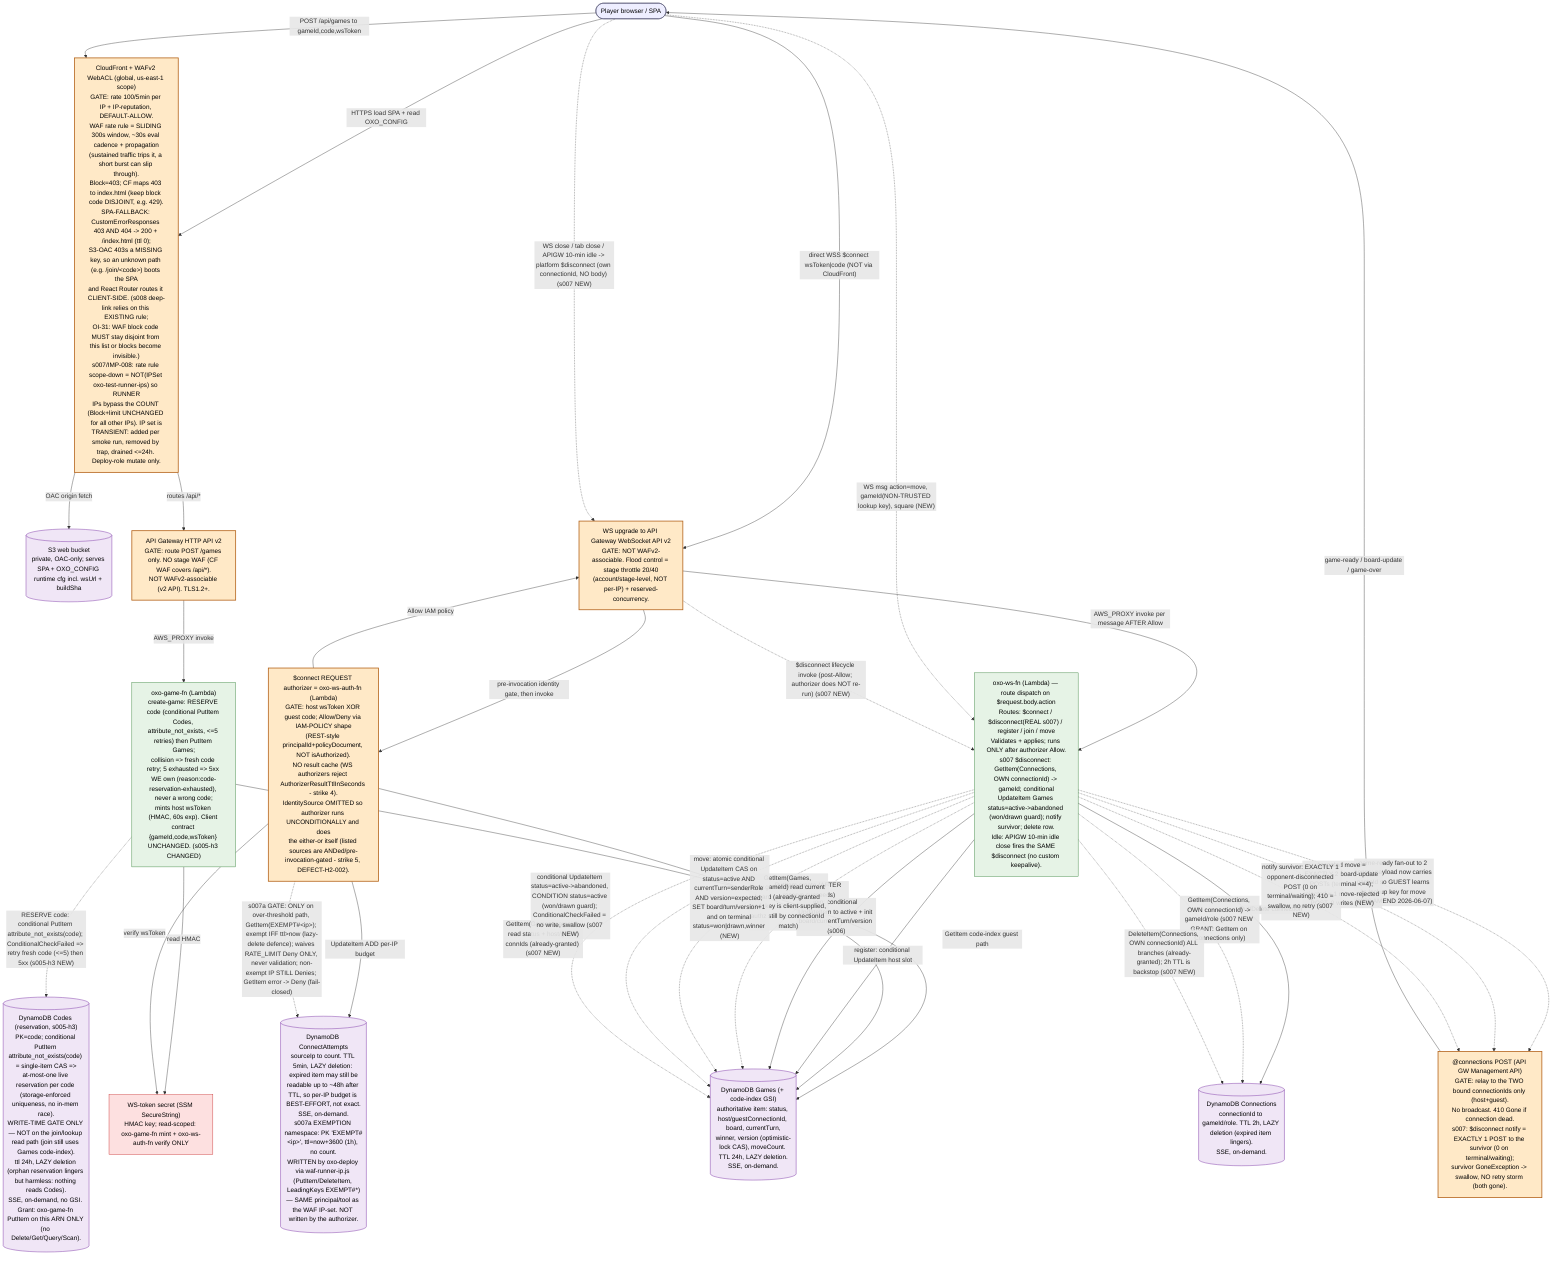
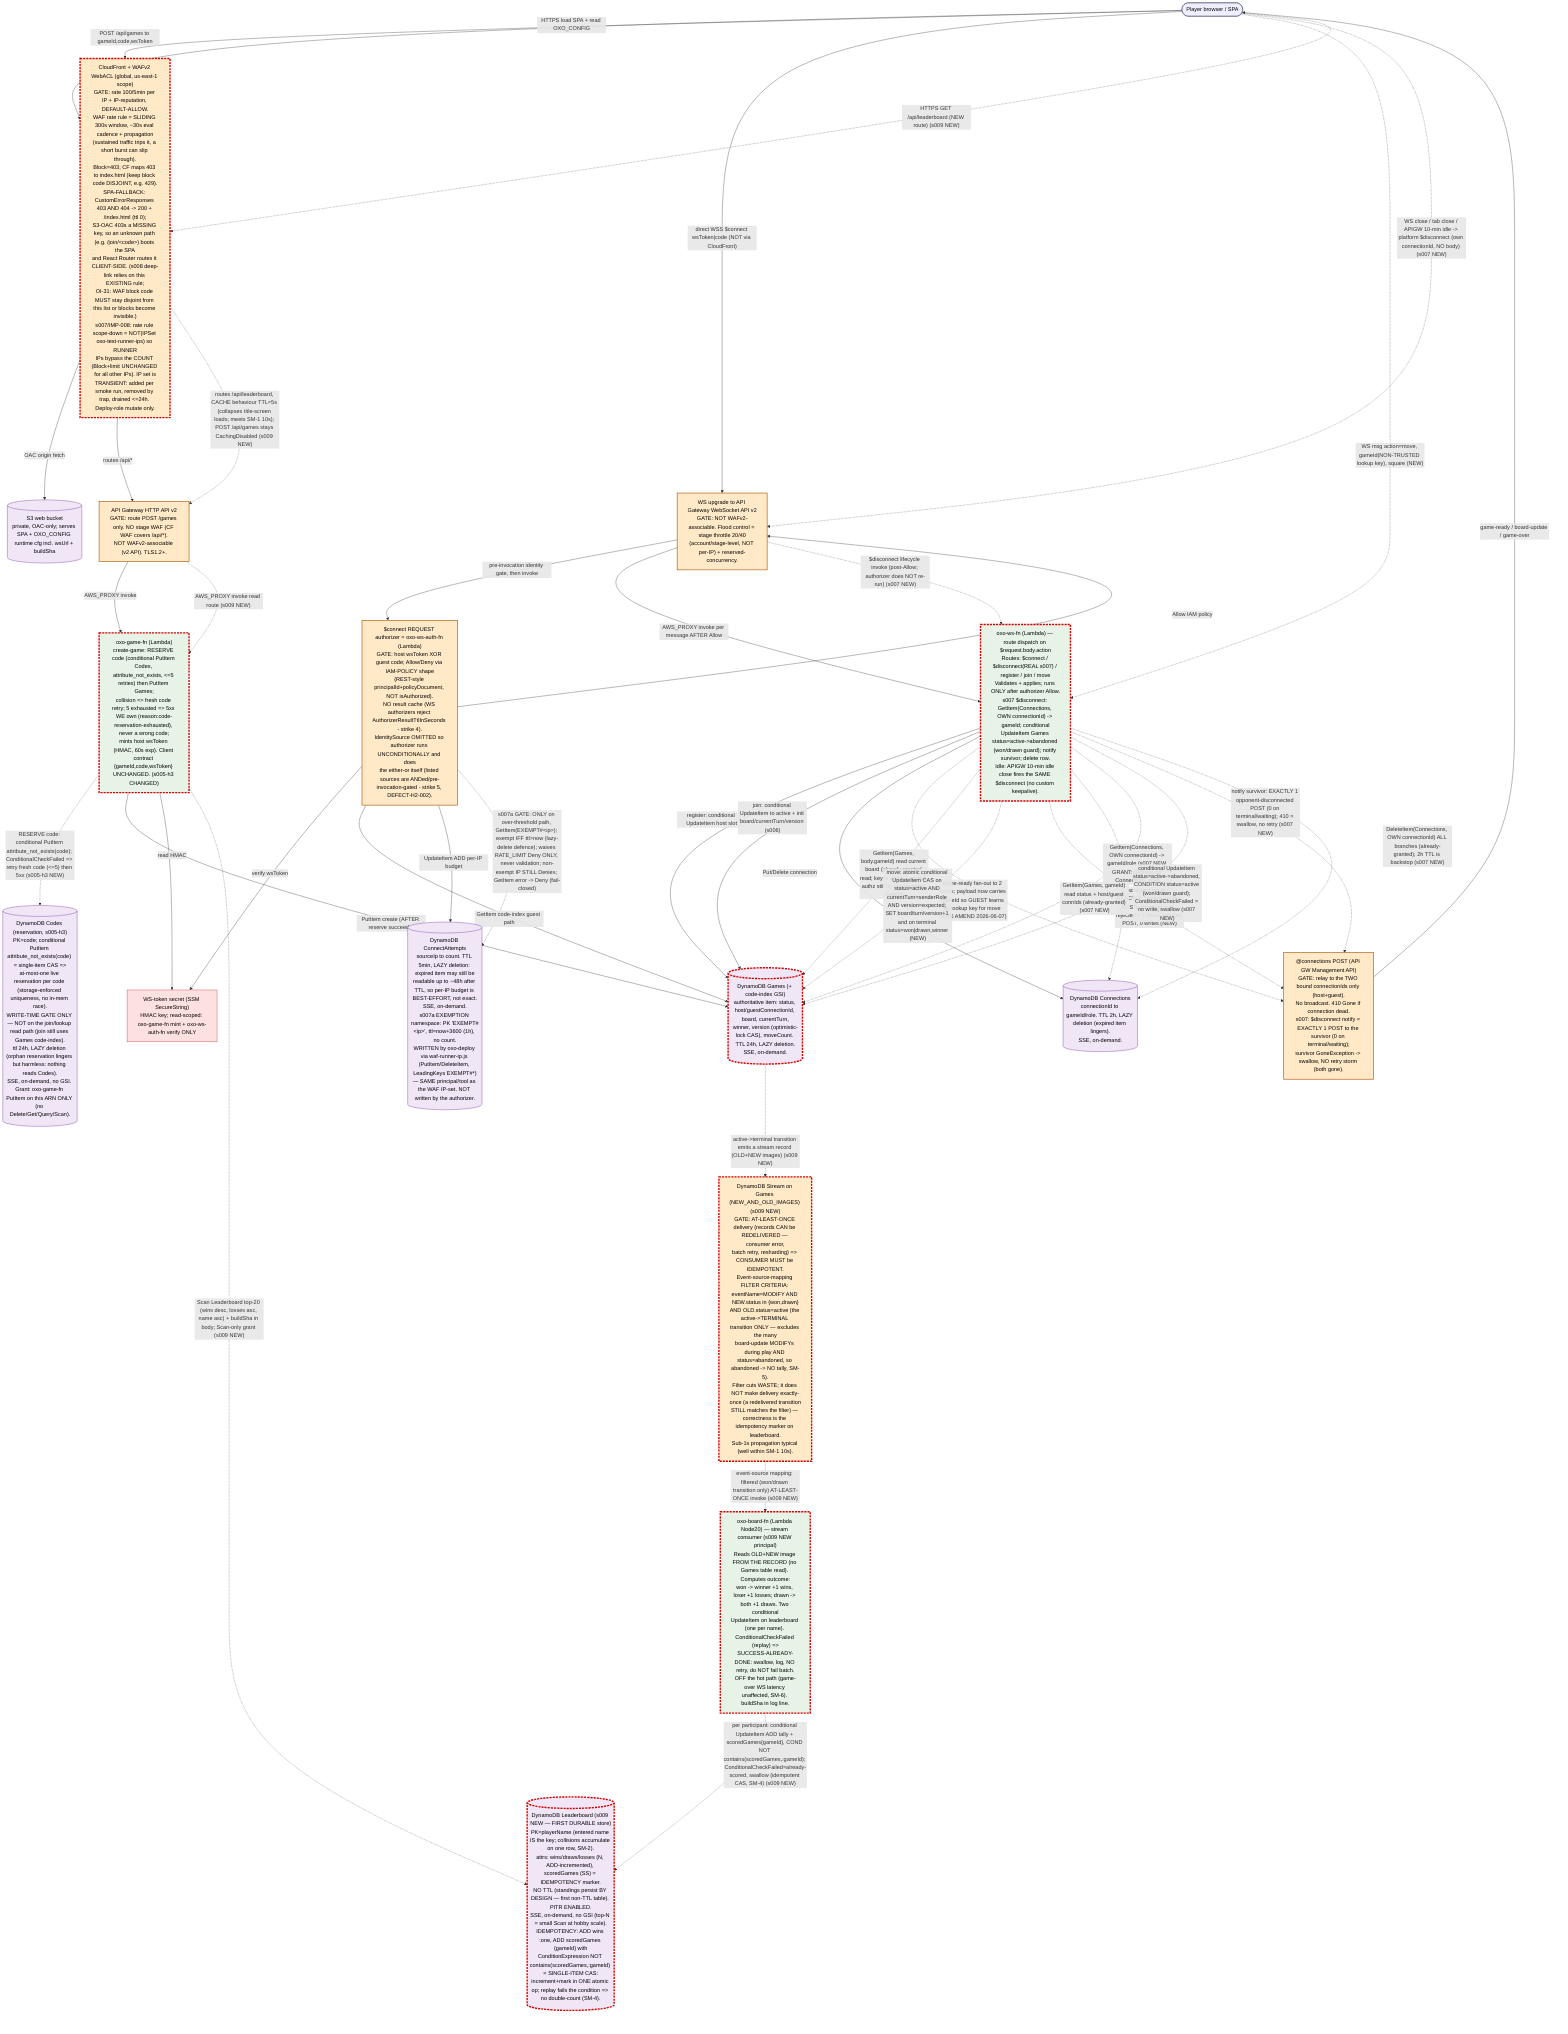
- %% oxo-online runtime data-flow — s005-h3 edition (process §12a)
+ %% oxo-online runtime data-flow — s009 (delta 010) edition (process §12a)
%% Platform GATES are explicit nodes. Non-obvious platform semantics are named ON the node.
- %% This file is the TESTER's planning input. classDef changed marks THIS slice's (s008) delta.
+ %% This file is the TESTER's planning input. classDef changed marks THIS slice's (s009) delta.
%% Granularity: module / gate level (coarse). Built scope only (deferred items are NOT drawn).
- %% s007 marks: the $disconnect path becomes REAL (abandon+notify+clean up) and the
- %% CloudFront WAF gate gains the oxo-test-runner-ips IP-set scope-down annotation (IMP-008).
- %% s005-h3 (delta 009, OI-3): code uniqueness is now STORAGE-ENFORCED. NEW node `codes`
- %% (reservation table) + NEW edge gamefn -> codes (conditional PutItem reserve). The create
- %% path reserves the code (attribute_not_exists CAS) BEFORE the Games PutItem; collision =>
- %% bounded server-side retry (<=5) then 5xx (never a wrong code). Join/lookup path UNCHANGED
- %% (still Games code-index; codes is write-time gate only). Client contract UNCHANGED.
- %% classDef changed marks THIS slice's (s005-h3) delta: codes node, gamefn->codes edge, gamefn node.
+ %% s009 (delta 010, C5): ARCADE SCOREBOARD — first DURABLE store + first DynamoDB STREAM.
+ %% NEW nodes: leaderboard (durable, NO TTL, PITR), board-fn (stream consumer). NEW gate node:
+ %% games-stream (DynamoDB Stream on Games, at-least-once delivery + active->terminal filter).
+ %% NEW edges: games -> games-stream (transition records), games-stream -> board-fn (consume),
+ %% board-fn -> leaderboard (conditional ADD + scoredGames marker = idempotent CAS),
+ %% player -> cfwaf GET /api/leaderboard (5s TTL cache behaviour), httpapi -> gamefn (Scan read),
+ %% gamefn -> leaderboard (Scan top-N). Name propagation: playerName onto Games at create/join
+ %% (rides EXISTING writes — no new edge, annotated on gamefn/wsfn->games edges).
+ %% classDef changed marks THIS slice's (s009) delta: see the s009 CHANGED block at the bottom.

flowchart TD

  %% ---- Edge / SPA path (HTTPS) ----
  player(["Player browser / SPA"]):::actor
  cfwaf["CloudFront + WAFv2 WebACL (global, us-east-1 scope)<br/>GATE: rate 100/5min per IP + IP-reputation, DEFAULT-ALLOW.<br/>WAF rate rule = SLIDING 300s window, ~30s eval cadence + propagation<br/>(sustained traffic trips it, a short burst can slip through).<br/>Block=403; CF maps 403 to index.html (keep block code DISJOINT, e.g. 429).<br/>SPA-FALLBACK: CustomErrorResponses 403 AND 404 -> 200 + /index.html (ttl 0);<br/>S3-OAC 403s a MISSING key, so an unknown path (e.g. /join/&lt;code&gt;) boots the SPA<br/>and React Router routes it CLIENT-SIDE. (s008 deep-link relies on this EXISTING rule;<br/>OI-31: WAF block code MUST stay disjoint from this list or blocks become invisible.)<br/>s007/IMP-008: rate rule scope-down = NOT(IPSet oxo-test-runner-ips) so RUNNER<br/>IPs bypass the COUNT (Block+limit UNCHANGED for all other IPs). IP set is<br/>TRANSIENT: added per smoke run, removed by trap, drained <=24h. Deploy-role mutate only."]:::gate
  s3[("S3 web bucket<br/>private, OAC-only; serves SPA + OXO_CONFIG runtime cfg incl. wsUrl + buildSha")]:::store
  httpapi["API Gateway HTTP API v2<br/>GATE: route POST /games only. NO stage WAF (CF WAF covers /api/*).<br/>NOT WAFv2-associable (v2 API). TLS1.2+."]:::gate
  gamefn["oxo-game-fn (Lambda)<br/>create-game: RESERVE code (conditional PutItem Codes, attribute_not_exists, <=5 retries) then PutItem Games;<br/>collision => fresh code retry; 5 exhausted => 5xx WE own (reason:code-reservation-exhausted), never a wrong code;<br/>mints host wsToken (HMAC, 60s exp). Client contract {gameId,code,wsToken} UNCHANGED. (s005-h3 CHANGED)"]:::compute
  codes[("DynamoDB Codes (reservation, s005-h3)<br/>PK=code; conditional PutItem attribute_not_exists(code) = single-item CAS =><br/>at-most-one live reservation per code (storage-enforced uniqueness, no in-mem race).<br/>WRITE-TIME GATE ONLY — NOT on the join/lookup read path (join still uses Games code-index).<br/>ttl 24h, LAZY deletion (orphan reservation lingers but harmless: nothing reads Codes).<br/>SSE, on-demand, no GSI. Grant: oxo-game-fn PutItem on this ARN ONLY (no Delete/Get/Query/Scan).")]:::store
  secret["WS-token secret (SSM SecureString)<br/>HMAC key; read-scoped: oxo-game-fn mint + oxo-ws-auth-fn verify ONLY"]:::secret

  %% ---- WebSocket path (WSS, NOT via CloudFront) ----
  wsupgrade["WS upgrade to API Gateway WebSocket API v2<br/>GATE: NOT WAFv2-associable. Flood control = stage throttle 20/40<br/>(account/stage-level, NOT per-IP) + reserved-concurrency."]:::gate
  wsauth["$connect REQUEST authorizer = oxo-ws-auth-fn (Lambda)<br/>GATE: host wsToken XOR guest code; Allow/Deny via IAM-POLICY shape<br/>(REST-style principalId+policyDocument, NOT isAuthorized).<br/>NO result cache (WS authorizers reject AuthorizerResultTtlInSeconds - strike 4).<br/>IdentitySource OMITTED so authorizer runs UNCONDITIONALLY and does<br/>the either-or itself (listed sources are ANDed/pre-invocation-gated - strike 5, DEFECT-H2-002)."]:::gate
  attempts[("DynamoDB ConnectAttempts<br/>sourceIp to count. TTL 5min, LAZY deletion: expired item may still be<br/>readable up to ~48h after TTL, so per-IP budget is BEST-EFFORT, not exact.<br/>SSE, on-demand.<br/>s007a EXEMPTION namespace: PK 'EXEMPT#&lt;ip&gt;', ttl=now+3600 (1h), no count.<br/>WRITTEN by oxo-deploy via waf-runner-ip.js (PutItem/DeleteItem, LeadingKeys EXEMPT#*)<br/>— SAME principal/tool as the WAF IP-set. NOT written by the authorizer.")]:::store
  wsfn["oxo-ws-fn (Lambda) — route dispatch on $request.body.action<br/>Routes: $connect / $disconnect(REAL s007) / register / join / move<br/>Validates + applies; runs ONLY after authorizer Allow.<br/>s007 $disconnect: GetItem(Connections, OWN connectionId) -> gameId; conditional<br/>UpdateItem Games status=active->abandoned (won/drawn guard); notify survivor; delete row.<br/>Idle: APIGW 10-min idle close fires the SAME $disconnect (no custom keepalive)."]:::compute
  conn[("DynamoDB Connections<br/>connectionId to gameId/role. TTL 2h, LAZY deletion (expired item lingers).<br/>SSE, on-demand.")]:::store
  games[("DynamoDB Games (+ code-index GSI)<br/>authoritative item: status, host/guestConnectionId, board, currentTurn,<br/>winner, version (optimistic-lock CAS), moveCount. TTL 24h, LAZY deletion.<br/>SSE, on-demand.")]:::store
  relay["@connections POST (API GW Management API)<br/>GATE: relay to the TWO bound connectionIds only (host+guest).<br/>No broadcast. 410 Gone if connection dead.<br/>s007: $disconnect notify = EXACTLY 1 POST to the survivor (0 on terminal/waiting);<br/>survivor GoneException -> swallow, NO retry storm (both gone)."]:::gate
+ 
+   %% ---- s009 (delta 010) NEW nodes: arcade scoreboard ----
+   games-stream["DynamoDB Stream on Games (NEW_AND_OLD_IMAGES) (s009 NEW)<br/>GATE: AT-LEAST-ONCE delivery (records CAN be REDELIVERED — consumer error,<br/>batch retry, resharding) => CONSUMER MUST be IDEMPOTENT.<br/>Event-source-mapping FILTER CRITERIA: eventName=MODIFY AND NEW.status in {won,drawn}<br/>AND OLD.status=active (the active->TERMINAL transition ONLY — excludes the many<br/>board-update MODIFYs during play AND status=abandoned, so abandoned -> NO tally, SM-5).<br/>Filter cuts WASTE; it does NOT make delivery exactly-once (a redelivered transition<br/>STILL matches the filter) — correctness is the idempotency marker on leaderboard.<br/>Sub-1s propagation typical (well within SM-1 10s)."]:::gate
+   boardfn["oxo-board-fn (Lambda Node20) — stream consumer (s009 NEW principal)<br/>Reads OLD+NEW image FROM THE RECORD (no Games table read). Computes outcome:<br/>won -> winner +1 wins, loser +1 losses; drawn -> both +1 draws. Two conditional<br/>UpdateItem on leaderboard (one per name). ConditionalCheckFailed (replay) =><br/>SUCCESS-ALREADY-DONE: swallow, log, NO retry, do NOT fail batch.<br/>OFF the hot path (game-over WS latency unaffected, SM-6). buildSha in log line."]:::compute
+   leaderboard[("DynamoDB Leaderboard (s009 NEW — FIRST DURABLE store)<br/>PK=playerName (entered name IS the key; collisions accumulate on one row, SM-2).<br/>attrs: wins/draws/losses (N, ADD-incremented), scoredGames (SS) = IDEMPOTENCY marker.<br/>NO TTL (standings persist BY DESIGN — first non-TTL table). PITR ENABLED.<br/>SSE, on-demand, no GSI (top-N = small Scan at hobby scale).<br/>IDEMPOTENCY: ADD wins :one, ADD scoredGames {gameId} with<br/>ConditionExpression NOT contains(scoredGames,:gameId) = SINGLE-ITEM CAS:<br/>increment+mark in ONE atomic op; replay fails the condition => no double-count (SM-4).")]:::store

  %% ---- Existing edges (built s001..s005-h2) ----
  player -->|"HTTPS load SPA + read OXO_CONFIG"| cfwaf
  cfwaf -->|"OAC origin fetch"| s3
  cfwaf -->|"routes /api/*"| httpapi
  player -->|"POST /api/games to gameId,code,wsToken"| cfwaf
  httpapi -->|"AWS_PROXY invoke"| gamefn
  gamefn -.->|"RESERVE code: conditional PutItem attribute_not_exists(code); ConditionalCheckFailed => retry fresh code (<=5) then 5xx (s005-h3 NEW)"| codes
  gamefn -->|"PutItem create (AFTER reserve succeeds)"| games
  gamefn -->|"read HMAC"| secret

  player -->|"direct WSS $connect wsToken|code (NOT via CloudFront)"| wsupgrade
  wsupgrade -->|"pre-invocation identity gate, then invoke"| wsauth
  wsauth -->|"verify wsToken"| secret
  wsauth -->|"GetItem code-index guest path"| games
  wsauth -->|"UpdateItem ADD per-IP budget"| attempts
  wsauth -.->|"s007a GATE: ONLY on over-threshold path, GetItem(EXEMPT#&lt;ip&gt;); exempt IFF ttl&gt;now (lazy-delete defence); waives RATE_LIMIT Deny ONLY, never validation; non-exempt IP STILL Denies; GetItem error -> Deny (fail-closed)"| attempts
  wsauth -->|"Allow IAM policy"| wsupgrade
  wsupgrade -->|"AWS_PROXY invoke per message AFTER Allow"| wsfn
  wsfn -->|"register: conditional UpdateItem host slot"| games
  wsfn -->|"join: conditional UpdateItem to active + init board/currentTurn/version (s006)"| games
  wsfn -->|"Put/Delete connection"| conn
  wsfn -.->|"game-ready fan-out to 2 conns; payload now carries gameId so GUEST learns its lookup key for move (s006 AMEND 2026-06-07)"| relay
  relay -->|"game-ready / board-update / game-over"| player

  %% ---- s006 NEW data flow: move relay (CHANGED, dotted) ----
  %% AMEND 2026-06-07: move frame carries gameId as a NON-TRUSTED LOOKUP KEY (selects
  %% the Games item to read; NOT an identity/role claim). Authorization is the
  %% server-side match of the REAL requestContext.connectionId vs stored host/guest
  %% ConnectionId; forged gameId resolves a game the sender is not in -> reject, no
  %% write. This is why NO Connections-read edge is added on the move path (S5 intact).
  %% game-ready fan-out (line 44 / join.ts) must now also carry gameId so the GUEST
  %% (joins by code) can supply the lookup key.
  player -.->|"WS msg action=move, gameId(NON-TRUSTED lookup key), square (NEW)"| wsfn
  wsfn -.->|"GetItem(Games, body.gameId) read current board (already-granted read; key is client-supplied, authz still by connectionId match)"| games
  wsfn -.->|"move: atomic conditional UpdateItem CAS on status=active AND currentTurn=senderRole AND version=expected; SET board/turn/version+1 and on terminal status=won|drawn,winner (NEW)"| games
  wsfn -.->|"accepted move = EXACTLY 2 board-update POSTs (terminal <=4); rejected = 1 move-rejected POST, 0 writes (NEW)"| relay

  %% ---- s007 NEW data flow: $disconnect abandon + notify + clean up (CHANGED, dotted) ----
  %% Platform fires $disconnect with ONLY the disconnecting OWN connectionId (no gameId, no body).
  %% connectionId IS the identity (platform-set, unspoofable) -> NO force-abandon spoof path.
  %% New IAM grant: dynamodb:GetItem on Connections ONLY (read OWN row by PK; no Query/Scan).
  player -.->|"WS close / tab close / APIGW 10-min idle -> platform $disconnect (own connectionId, NO body) (s007 NEW)"| wsupgrade
  wsupgrade -.->|"$disconnect lifecycle invoke (post-Allow; authorizer does NOT re-run) (s007 NEW)"| wsfn
  wsfn -.->|"GetItem(Connections, OWN connectionId) -> gameId/role (s007 NEW GRANT: GetItem on Connections only)"| conn
  wsfn -.->|"GetItem(Games, gameId) read status + host/guest connIds (already-granted) (s007 NEW)"| games
  wsfn -.->|"conditional UpdateItem status=active->abandoned, CONDITION status=active (won/drawn guard); ConditionalCheckFailed = no write, swallow (s007 NEW)"| games
  wsfn -.->|"notify survivor: EXACTLY 1 opponent-disconnected POST (0 on terminal/waiting); 410 = swallow, no retry (s007 NEW)"| relay
  wsfn -.->|"DeleteItem(Connections, OWN connectionId) ALL branches (already-granted); 2h TTL is backstop (s007 NEW)"| conn

+   %% ---- s009 (delta 010) NEW data flow: arcade scoreboard (CHANGED, dotted) ----
+   %% Name propagation rides EXISTING writes (no new edge, no new grant):
+   %%   gamefn PutItem(create) now also writes hostName (from POST body playerName, normalised ≤10/charset/AAA-default);
+   %%   wsfn conditional UpdateItem(join) now also writes guestName (from WS join playerName, same normalisation).
+   %%   Validation is server-side at BOTH API boundaries = write-side half of the stored-XSS control.
+   %% Result-recording = DynamoDB Stream (NOT inline): zero hot-path change, failure-isolated.
+   games -.->|"active->terminal transition emits a stream record (OLD+NEW images) (s009 NEW)"| games-stream
+   games-stream -.->|"event-source mapping: filtered (won/drawn transition only) AT-LEAST-ONCE invoke (s009 NEW)"| boardfn
+   boardfn -.->|"per participant: conditional UpdateItem ADD tally + scoredGames{gameId}, COND NOT contains(scoredGames,:gameId); ConditionalCheckFailed=already-scored, swallow (idempotent CAS, SM-4) (s009 NEW)"| leaderboard
+   %% Read path: GET /api/leaderboard -> CloudFront 5s-TTL behaviour -> HTTP API -> oxo-game-fn Scan top-N.
+   player -.->|"HTTPS GET /api/leaderboard (NEW route) (s009 NEW)"| cfwaf
+   cfwaf -.->|"routes /api/leaderboard, CACHE behaviour TTL=5s (collapses title-screen loads; meets SM-1 10s); POST /api/games stays CachingDisabled (s009 NEW)"| httpapi
+   httpapi -.->|"AWS_PROXY invoke read route (s009 NEW)"| gamefn
+   gamefn -.->|"Scan Leaderboard top-20 (wins desc, losses asc, name asc) + buildSha in body; Scan-only grant (s009 NEW)"| leaderboard
+ 
  %% ---- classDef ----
  classDef actor fill:#eef,stroke:#446,color:#000;
  classDef gate fill:#ffe9c7,stroke:#b5651d,color:#000,stroke-width:2px;
  classDef compute fill:#e6f3e6,stroke:#2e7d32,color:#000;
  classDef store fill:#f0e6f6,stroke:#6a1b9a,color:#000;
  classDef secret fill:#fde0e0,stroke:#c62828,color:#000;
  classDef changed stroke:#d50000,stroke-width:4px,stroke-dasharray:6 3;

  %% s006 changed marks CLEARED (2026-06-07 — tester consumed, UC6 prod validation PASS)
  %% Previously marked: wsfn (move route), games (move-write semantics).
  %% Dotted edges (move msg, GetItem, CAS write, 2-post relay) are now delivered/stable.

  %% ---- s007 CHANGED marks (tester plans from these) ----
  %% wsfn: $disconnect stub -> real (abandon+notify+clean up); +Connections GetItem grant.
  %% conn: now READ on the $disconnect path (was write-only) — new GetItem edge.
  %% games: gains active->abandoned conditional transition on $disconnect.
  %% relay: gains the 1-post survivor notify (0 on terminal/waiting).
  %% cfwaf: gains the IMP-008 oxo-test-runner-ips IP-set scope-down annotation.
  %% ---- s007a CHANGED marks (DEFECT-S007-001 authorizer runner-exemption) ----
  %% wsauth: gains a post-threshold exemption GetItem (waives RATE_LIMIT Deny ONLY
  %%   for a LIVE EXEMPT#<ip> item, ttl>now; non-exempt IP still Denies; fail-closed).
  %% attempts: gains the EXEMPT#<ip> namespace (1h TTL), written by oxo-deploy via
  %%   waf-runner-ip.js (PutItem/DeleteItem, LeadingKeys EXEMPT#*) — not the authorizer.
  %% s007 changed marks CLEARED (2026-06-07 — tester consumed, UC4 prod validation PASS)
  %% wsfn: $disconnect real (abandon+notify+clean up); conn: GetItem on $disconnect path;
  %% games: active->abandoned transition; relay: 1-post survivor notify;
  %% cfwaf: IMP-008 scope-down; wsauth: runner-exemption check; attempts: EXEMPT# namespace.
  %% class wsfn,conn,games,relay,cfwaf,wsauth,attempts changed; — CLEARED

  %% ---- s008 CHANGED marks (CLIENT-ONLY / arch-lite — tester plans from these) ----
  %% NO new node, NO new edge, NO new platform gate, NO new data flow.
  %% cfwaf: ONLY mark — the EXISTING SPA-fallback (403/404 -> 200 + /index.html) now also
  %%   serves the deep-link path /join/<code> so React Router resolves it client-side.
  %%   Tester plans the deep-link-boots-SPA prod smoke (T1) + SM-5 two-browser e2e from this.
  %%   The deep-link JOIN reuses the EXISTING WS $connect?code + join path UNCHANGED (no edge change).
  %% s008 changed mark CLEARED (2026-06-07 — tester consumed, UC3 prod validation PASS, C4 MET 2323ms).
  %% cfwaf: deep-link /join/<code> via existing SPA-fallback confirmed in prod.

+   %% ---- s009 (delta 010) CHANGED marks (tester plans from these — node id === @covers tag) ----
+   %% NEW nodes: leaderboard (first DURABLE store, NO TTL, PITR, scoredGames idempotency marker),
+   %%   boardfn (NEW principal, stream consumer, idempotent ConditionalCheckFailed-swallow),
+   %%   games-stream (NEW gate: AT-LEAST-ONCE delivery + active->terminal filter; filter cuts
+   %%   waste but NOT redelivery — correctness is the leaderboard marker).
+   %% NEW edges: games->games-stream, games-stream->boardfn, boardfn->leaderboard (idempotent CAS),
+   %%   player->cfwaf (GET /api/leaderboard), cfwaf->httpapi (5s TTL behaviour), httpapi->gamefn (read),
+   %%   gamefn->leaderboard (Scan top-N).
+   %% CHANGED nodes (annotation only, name-write rides existing writes): gamefn (hostName on create
+   %%   PutItem), wsfn (guestName on join UpdateItem), cfwaf (new 5s-TTL /api/leaderboard behaviour),
+   %%   games (Stream now ENABLED; +hostName/guestName attrs).
+   %% Tester pins: SM-4 idempotency (T-LB-3 replay byte-identical), SM-5 abandoned->no tally (filter),
+   %%   SM-2 collision (one row), stored-XSS (T-LB-8 escaped text + no dangerouslySetInnerHTML),
+   %%   IAM no-widening (T-LB-9), §30 skeleton Probe A+B (T-LB-10).
+   class leaderboard,boardfn,games-stream,gamefn,wsfn,cfwaf,games changed;
+ 
  %% ---- s005-h3 CHANGED marks CLEARED (2026-06-07 — tester consumed, UC4 in-prod validation PASS, OI-3 CLOSED) ----
  %% codes: NEW store node — delivered/stable. PK=code, CAS via conditional PutItem attribute_not_exists.
  %% gamefn->codes: NEW reserve edge — delivered/stable. 50-concurrent SM-2 proof: distinct=50/50 p95=246ms.
  %% gamefn node: create flow reserve->retry->write — delivered/stable. Contract {gameId,code,wsToken} UNCHANGED.
  %% AC-5 IAM PASS: PutItem on Games+Codes ARNs; no Delete/Get/Query/Scan on Codes; no wildcard.
  %% AC-6 ConditionExpression pin: unit-confirmed (attribute_not_exists(code)).
  %% AC-7 orphan-harmless: Codes table has no GSI; join path uses Games code-index (unchanged).
  %% OI-3 CLOSED: all C4 hardening done (s005-h1 WAF, s005-h2 connect-auth, s005-h3 code-uniqueness).
